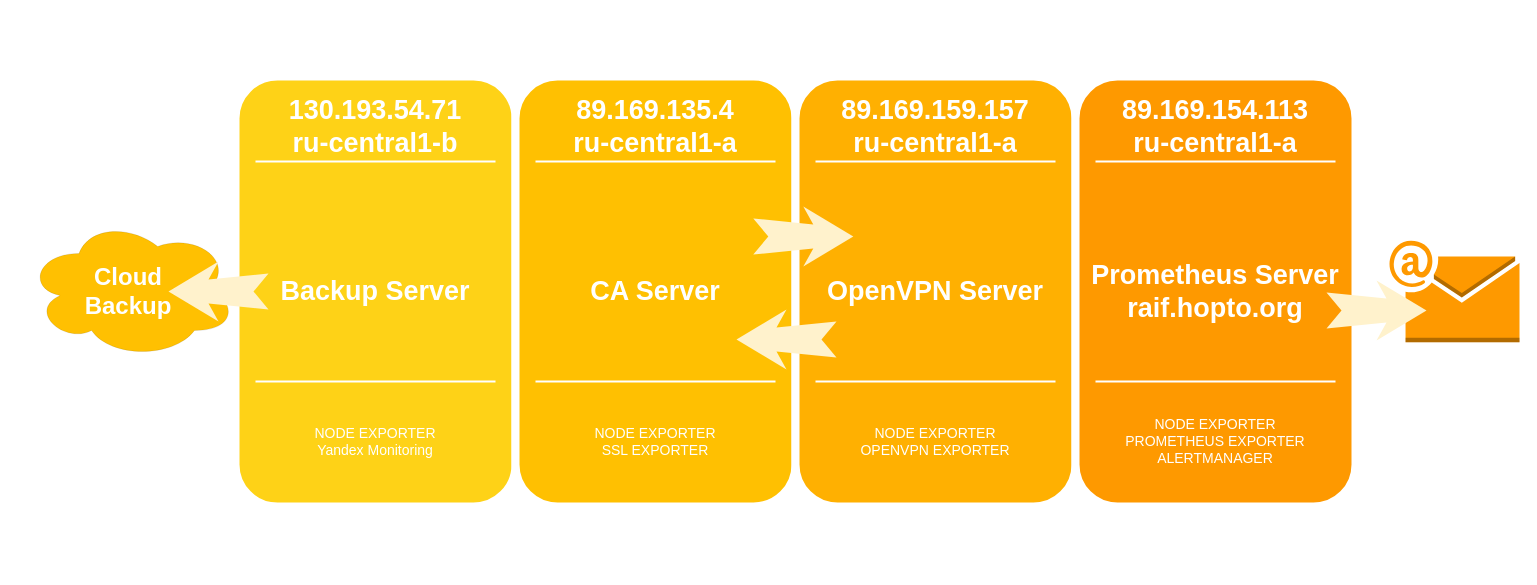
Earlier version of the draw.io diagram схема_инфраструктуры.drawio (RaifSpace/raif-devops). Source tidied: cells renumbered, new cells numbered last; positions are measured from the earlier drawing's top-left corner, leaving out a move shared by most shapes. Both pictures are drawn from the tidied source at 100%, with x=0, y=0 at pixel (17, 76).
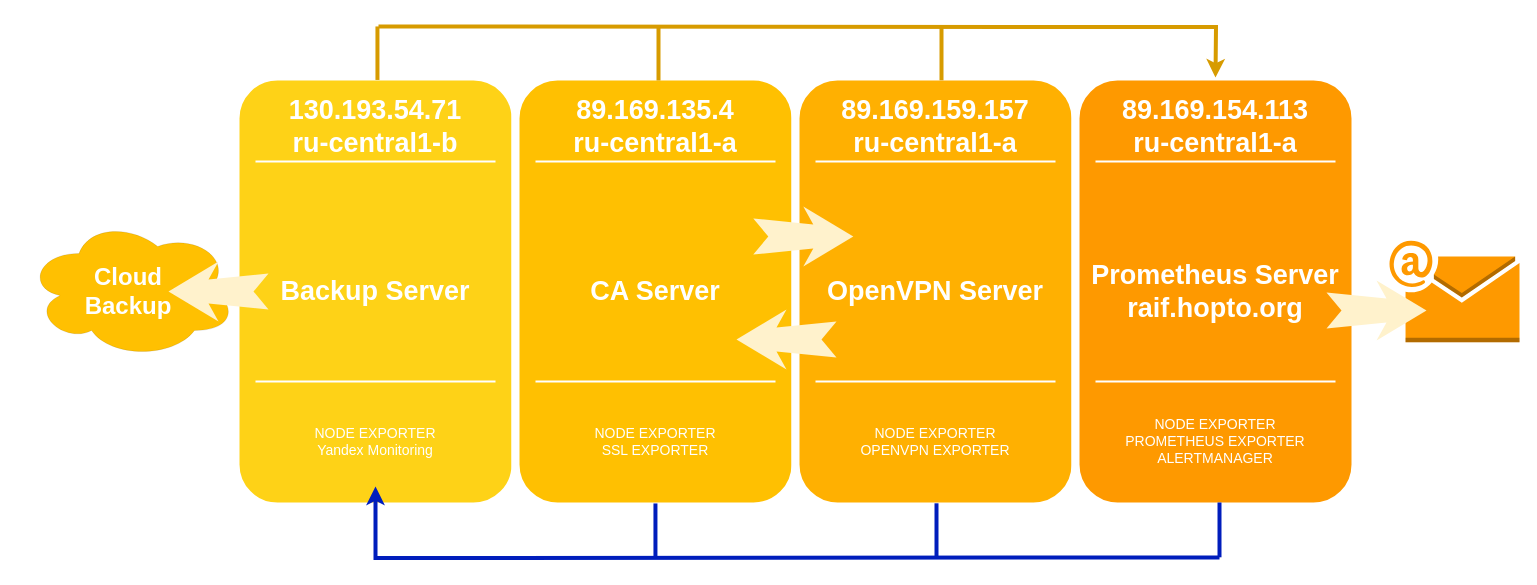
The same diagram, later.

The change refers to these unchanged cells:
```xml
<mxCell id="4" value="NODE EXPORTER&lt;div&gt;Yandex Monitoring&lt;/div&gt;" style="text;html=1;strokeColor=none;fillColor=none;align=center;verticalAlign=middle;whiteSpace=wrap;rounded=0;shadow=0;fontSize=14;fontColor=#FFFFFF;" parent="1" vertex="1">
  <mxGeometry x="218" y="320" width="280" height="90" as="geometry" />
</mxCell>
<mxCell id="18" value="&lt;span style=&quot;color: rgb(255, 255, 255); font-size: 27px; font-weight: 700;&quot;&gt;Prometheus Server&lt;/span&gt;&lt;div&gt;&lt;span style=&quot;color: rgb(255, 255, 255);&quot;&gt;&lt;font color=&quot;#ffffff&quot;&gt;&lt;span style=&quot;font-size: 27px;&quot;&gt;&lt;b&gt;raif.hopto.org&lt;/b&gt;&lt;/span&gt;&lt;/font&gt;&lt;/span&gt;&lt;/div&gt;" style="whiteSpace=wrap;html=1;rounded=1;shadow=0;strokeWidth=8;fontSize=20;align=center;fillColor=#FE9900;strokeColor=#FFFFFF;" parent="1" vertex="1">
  <mxGeometry x="1058" width="280" height="430" as="geometry" />
</mxCell>
<mxCell id="19" value="89.169.154.113&lt;div&gt;ru-central1-a&lt;/div&gt;" style="text;html=1;strokeColor=none;fillColor=none;align=center;verticalAlign=middle;whiteSpace=wrap;rounded=0;shadow=0;fontSize=27;fontColor=#FFFFFF;fontStyle=1;" parent="1" vertex="1">
  <mxGeometry x="1058" y="20" width="280" height="60" as="geometry" />
</mxCell>
```

What changed in the source:
```diff
@@
+    <mxCell id="30" style="edgeStyle=orthogonalEdgeStyle;rounded=0;jettySize=auto;html=1;exitX=0.5;exitY=0;exitDx=0;exitDy=0;entryX=0.5;entryY=0;entryDx=0;entryDy=0;" parent="1" edge="1" source="18" target="19">
+      <mxGeometry relative="1" as="geometry" />
+    </mxCell>
@@
+    <mxCell id="31" style="group;strokeWidth=4;" parent="1" vertex="1">
+      <mxGeometry x="633" y="426" width="574" height="55" as="geometry" />
+    </mxCell>
+    <mxCell id="32" style="edgeStyle=orthogonalEdgeStyle;rounded=0;jettySize=auto;html=1;entryX=0.5;entryY=1;entryDx=0;entryDy=0;strokeWidth=4;fillColor=#0050ef;strokeColor=#001DBC;" parent="31" edge="1" target="4">
+      <mxGeometry relative="1" as="geometry">
+        <mxPoint x="569" y="55" as="sourcePoint" />
+      </mxGeometry>
+    </mxCell>
+    <mxCell id="33" style="line;strokeWidth=4;html=1;rotation=90;fillColor=#0050ef;strokeColor=#001DBC;fontColor=#ffffff;" parent="31" vertex="1">
+      <mxGeometry x="-21.8" y="22.7" width="53.5" height="10" as="geometry" />
+    </mxCell>
+    <mxCell id="34" style="line;strokeWidth=4;html=1;rotation=90;fillColor=#0050ef;strokeColor=#001DBC;fontColor=#ffffff;" parent="31" vertex="1">
+      <mxGeometry x="258.9" y="22.9" width="54.2" height="10" as="geometry" />
+    </mxCell>
+    <mxCell id="35" style="line;strokeWidth=4;html=1;rotation=90;fillColor=#0050ef;strokeColor=#001DBC;fontColor=#ffffff;" parent="31" vertex="1">
+      <mxGeometry x="541.6" y="22.4" width="54.8" height="10" as="geometry" />
+    </mxCell>
+    <mxCell id="36" style="group;" parent="1" vertex="1">
+      <mxGeometry x="355" y="-51" width="574" height="55" as="geometry" />
+    </mxCell>
+    <mxCell id="37" style="edgeStyle=orthogonalEdgeStyle;rounded=0;orthogonalLoop=1;jettySize=auto;html=1;entryX=0.5;entryY=1;entryDx=0;entryDy=0;" parent="36" edge="1">
+      <mxGeometry relative="1" as="geometry">
+        <mxPoint x="569" y="55" as="sourcePoint" />
+      </mxGeometry>
+    </mxCell>
+    <mxCell id="38" style="line;strokeWidth=4;html=1;rotation=90;fillColor=#ffe6cc;strokeColor=#d79b00;" parent="36" vertex="1">
+      <mxGeometry x="-21.8" y="22.7" width="53.5" height="10" as="geometry" />
+    </mxCell>
+    <mxCell id="39" style="line;strokeWidth=4;html=1;rotation=90;fillColor=#ffe6cc;strokeColor=#d79b00;" parent="36" vertex="1">
+      <mxGeometry x="258.9" y="22.9" width="54.2" height="10" as="geometry" />
+    </mxCell>
+    <mxCell id="40" style="line;strokeWidth=4;html=1;rotation=90;fillColor=#ffe6cc;strokeColor=#d79b00;" parent="36" vertex="1">
+      <mxGeometry x="541.6" y="22.4" width="54.8" height="10" as="geometry" />
+    </mxCell>
+    <mxCell id="41" style="edgeStyle=orthogonalEdgeStyle;rounded=0;orthogonalLoop=1;jettySize=auto;html=1;strokeWidth=4;fillColor=#ffe6cc;strokeColor=#d79b00;" parent="1" edge="1">
+      <mxGeometry relative="1" as="geometry">
+        <mxPoint x="361" y="-50" as="sourcePoint" />
+        <mxPoint x="1198" y="1" as="targetPoint" />
+      </mxGeometry>
+    </mxCell>
```
